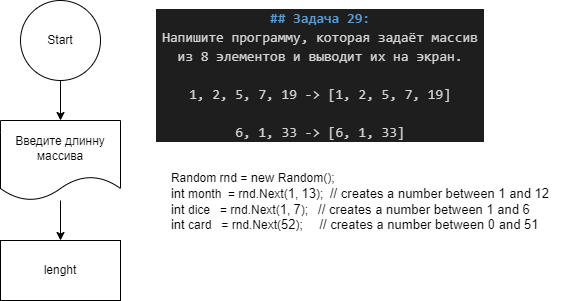
dvmax1984/Csharp25022023 keeps this draw.io diagram as Homework/Homework_04/Ex029/diagramma.drawio.png. Above is the earlier version. Source tidied: cells renumbered, new cells last; positions are measured from the earlier drawing's top-left corner, leaving out a move shared by most shapes.
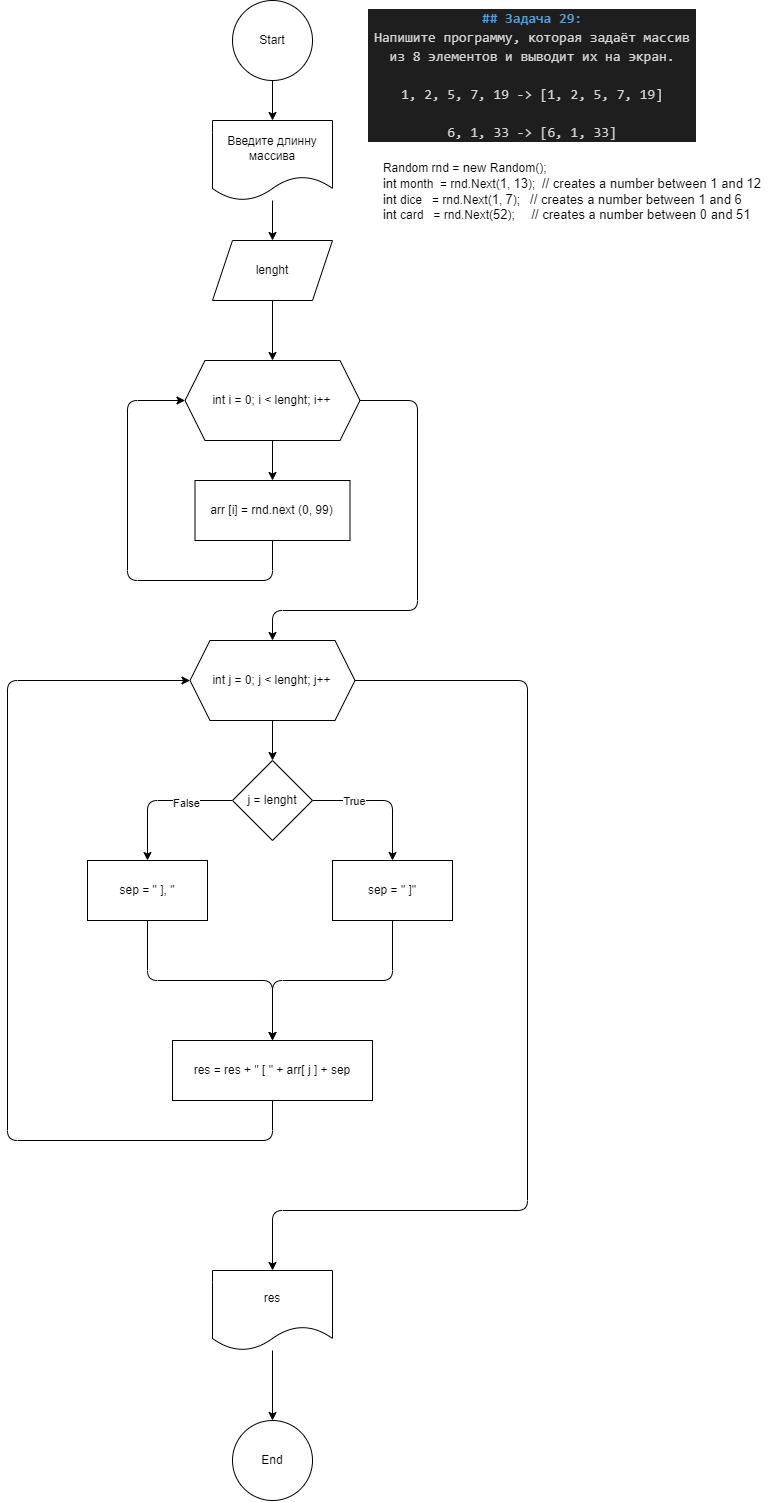
Above is the later version.

Commit message:
Создал блок схему задача 29 ДЗ 4

What changed in the source:
```diff
@@ -11,17 +11,110 @@
     <mxCell id="4" value="Start" style="ellipse;whiteSpace=wrap;html=1;" parent="1" vertex="1">
       <mxGeometry x="20" width="80" height="80" as="geometry" />
     </mxCell>
-    <mxCell id="5" style="edgeStyle=none;html=1;" parent="1" edge="1" source="6" target="7">
+    <mxCell id="5" style="edgeStyle=none;html=1;entryX=0.5;entryY=0;entryDx=0;entryDy=0;" parent="1" edge="1" source="6" target="7">
       <mxGeometry relative="1" as="geometry" />
     </mxCell>
     <mxCell id="6" value="Введите длинну массива" style="shape=document;whiteSpace=wrap;html=1;boundedLbl=1;" parent="1" vertex="1">
       <mxGeometry y="120" width="120" height="80" as="geometry" />
     </mxCell>
+    <mxCell id="8" value="&lt;pre style=&quot;margin-top: 0px; margin-bottom: calc(1.5em); padding: var(--su12); border: 0px; font-variant-numeric: inherit; font-variant-east-asian: inherit; font-stretch: inherit; line-height: var(--lh-md); font-family: var(--ff-mono); font-size: var(--fs-body1); vertical-align: baseline; box-sizing: inherit; width: auto; max-height: 600px; overflow: auto; background-color: var(--highlight-bg); border-radius: var(--br-md); --_cb-line-numbers-bg:var(--black-050); color: var(--highlight-color); overflow-wrap: normal; text-align: left;&quot; class=&quot;lang-cs s-code-block&quot;&gt;&lt;code style=&quot;margin: 0px; padding: 0px; border: 0px; font-style: inherit; font-variant: inherit; font-weight: inherit; font-stretch: inherit; line-height: inherit; font-family: inherit; font-size: var(--_pr-code-fs); vertical-align: baseline; box-sizing: inherit; background-color: transparent;&quot; class=&quot;hljs language-csharp&quot;&gt;Random rnd = &lt;span style=&quot;margin: 0px; padding: 0px; border: 0px; font-style: inherit; font-variant: inherit; font-weight: inherit; font-stretch: inherit; line-height: inherit; font-family: inherit; font-size: 13px; vertical-align: baseline; box-sizing: inherit; color: var(--highlight-keyword);&quot; class=&quot;hljs-keyword&quot;&gt;new&lt;/span&gt; Random();&lt;br/&gt;&lt;span style=&quot;margin: 0px; padding: 0px; border: 0px; font-style: inherit; font-variant: inherit; font-weight: inherit; font-stretch: inherit; line-height: inherit; font-family: inherit; font-size: 13px; vertical-align: baseline; box-sizing: inherit; color: var(--highlight-literal);&quot; class=&quot;hljs-built_in&quot;&gt;int&lt;/span&gt; month  = rnd.Next(&lt;span style=&quot;margin: 0px; padding: 0px; border: 0px; font-style: inherit; font-variant: inherit; font-weight: inherit; font-stretch: inherit; line-height: inherit; font-family: inherit; font-size: 13px; vertical-align: baseline; box-sizing: inherit; color: var(--highlight-namespace);&quot; class=&quot;hljs-number&quot;&gt;1&lt;/span&gt;, &lt;span style=&quot;margin: 0px; padding: 0px; border: 0px; font-style: inherit; font-variant: inherit; font-weight: inherit; font-stretch: inherit; line-height: inherit; font-family: inherit; font-size: 13px; vertical-align: baseline; box-sizing: inherit; color: var(--highlight-namespace);&quot; class=&quot;hljs-number&quot;&gt;13&lt;/span&gt;);  &lt;span style=&quot;margin: 0px; padding: 0px; border: 0px; font-style: inherit; font-variant: inherit; font-weight: inherit; font-stretch: inherit; line-height: inherit; font-family: inherit; font-size: 13px; vertical-align: baseline; box-sizing: inherit; color: var(--highlight-comment);&quot; class=&quot;hljs-comment&quot;&gt;// creates a number between 1 and 12&lt;/span&gt;&lt;br/&gt;&lt;span style=&quot;margin: 0px; padding: 0px; border: 0px; font-style: inherit; font-variant: inherit; font-weight: inherit; font-stretch: inherit; line-height: inherit; font-family: inherit; font-size: 13px; vertical-align: baseline; box-sizing: inherit; color: var(--highlight-literal);&quot; class=&quot;hljs-built_in&quot;&gt;int&lt;/span&gt; dice   = rnd.Next(&lt;span style=&quot;margin: 0px; padding: 0px; border: 0px; font-style: inherit; font-variant: inherit; font-weight: inherit; font-stretch: inherit; line-height: inherit; font-family: inherit; font-size: 13px; vertical-align: baseline; box-sizing: inherit; color: var(--highlight-namespace);&quot; class=&quot;hljs-number&quot;&gt;1&lt;/span&gt;, &lt;span style=&quot;margin: 0px; padding: 0px; border: 0px; font-style: inherit; font-variant: inherit; font-weight: inherit; font-stretch: inherit; line-height: inherit; font-family: inherit; font-size: 13px; vertical-align: baseline; box-sizing: inherit; color: var(--highlight-namespace);&quot; class=&quot;hljs-number&quot;&gt;7&lt;/span&gt;);   &lt;span style=&quot;margin: 0px; padding: 0px; border: 0px; font-style: inherit; font-variant: inherit; font-weight: inherit; font-stretch: inherit; line-height: inherit; font-family: inherit; font-size: 13px; vertical-align: baseline; box-sizing: inherit; color: var(--highlight-comment);&quot; class=&quot;hljs-comment&quot;&gt;// creates a number between 1 and 6&lt;/span&gt;&lt;br/&gt;&lt;span style=&quot;margin: 0px; padding: 0px; border: 0px; font-style: inherit; font-variant: inherit; font-weight: inherit; font-stretch: inherit; line-height: inherit; font-family: inherit; font-size: 13px; vertical-align: baseline; box-sizing: inherit; color: var(--highlight-literal);&quot; class=&quot;hljs-built_in&quot;&gt;int&lt;/span&gt; card   = rnd.Next(&lt;span style=&quot;margin: 0px; padding: 0px; border: 0px; font-style: inherit; font-variant: inherit; font-weight: inherit; font-stretch: inherit; line-height: inherit; font-family: inherit; font-size: 13px; vertical-align: baseline; box-sizing: inherit; color: var(--highlight-namespace);&quot; class=&quot;hljs-number&quot;&gt;52&lt;/span&gt;);     &lt;span style=&quot;margin: 0px; padding: 0px; border: 0px; font-style: inherit; font-variant: inherit; font-weight: inherit; font-stretch: inherit; line-height: inherit; font-family: inherit; font-size: 13px; vertical-align: baseline; box-sizing: inherit; color: var(--highlight-comment);&quot; class=&quot;hljs-comment&quot;&gt;// creates a number between 0 and 51&lt;/span&gt;&lt;/code&gt;&lt;/pre&gt;" style="text;strokeColor=none;align=center;fillColor=none;html=1;verticalAlign=middle;whiteSpace=wrap;rounded=0;" parent="1" vertex="1">
+      <mxGeometry x="155" y="160" width="410" height="80" as="geometry" />
+    </mxCell>
+    <mxCell id="9" style="edgeStyle=orthogonalEdgeStyle;html=1;entryX=0.5;entryY=0;entryDx=0;entryDy=0;" parent="1" edge="1" source="7" target="12">
+      <mxGeometry relative="1" as="geometry" />
+    </mxCell>
-    <mxCell id="7" value="lenght" style="whiteSpace=wrap;html=1;" parent="1" vertex="1">
+    <mxCell id="7" value="lenght" style="shape=parallelogram;perimeter=parallelogramPerimeter;whiteSpace=wrap;html=1;fixedSize=1;" parent="1" vertex="1">
       <mxGeometry y="240" width="120" height="60" as="geometry" />
     </mxCell>
-    <mxCell id="8" value="&lt;pre style=&quot;margin-top: 0px; margin-bottom: calc(1.5em); padding: var(--su12); border: 0px; font-variant-numeric: inherit; font-variant-east-asian: inherit; font-stretch: inherit; line-height: var(--lh-md); font-family: var(--ff-mono); font-size: var(--fs-body1); vertical-align: baseline; box-sizing: inherit; width: auto; max-height: 600px; overflow: auto; background-color: var(--highlight-bg); border-radius: var(--br-md); --_cb-line-numbers-bg:var(--black-050); color: var(--highlight-color); overflow-wrap: normal; text-align: left;&quot; class=&quot;lang-cs s-code-block&quot;&gt;&lt;code style=&quot;margin: 0px; padding: 0px; border: 0px; font-style: inherit; font-variant: inherit; font-weight: inherit; font-stretch: inherit; line-height: inherit; font-family: inherit; font-size: var(--_pr-code-fs); vertical-align: baseline; box-sizing: inherit; background-color: transparent;&quot; class=&quot;hljs language-csharp&quot;&gt;Random rnd = &lt;span style=&quot;margin: 0px; padding: 0px; border: 0px; font-style: inherit; font-variant: inherit; font-weight: inherit; font-stretch: inherit; line-height: inherit; font-family: inherit; font-size: 13px; vertical-align: baseline; box-sizing: inherit; color: var(--highlight-keyword);&quot; class=&quot;hljs-keyword&quot;&gt;new&lt;/span&gt; Random();&lt;br/&gt;&lt;span style=&quot;margin: 0px; padding: 0px; border: 0px; font-style: inherit; font-variant: inherit; font-weight: inherit; font-stretch: inherit; line-height: inherit; font-family: inherit; font-size: 13px; vertical-align: baseline; box-sizing: inherit; color: var(--highlight-literal);&quot; class=&quot;hljs-built_in&quot;&gt;int&lt;/span&gt; month  = rnd.Next(&lt;span style=&quot;margin: 0px; padding: 0px; border: 0px; font-style: inherit; font-variant: inherit; font-weight: inherit; font-stretch: inherit; line-height: inherit; font-family: inherit; font-size: 13px; vertical-align: baseline; box-sizing: inherit; color: var(--highlight-namespace);&quot; class=&quot;hljs-number&quot;&gt;1&lt;/span&gt;, &lt;span style=&quot;margin: 0px; padding: 0px; border: 0px; font-style: inherit; font-variant: inherit; font-weight: inherit; font-stretch: inherit; line-height: inherit; font-family: inherit; font-size: 13px; vertical-align: baseline; box-sizing: inherit; color: var(--highlight-namespace);&quot; class=&quot;hljs-number&quot;&gt;13&lt;/span&gt;);  &lt;span style=&quot;margin: 0px; padding: 0px; border: 0px; font-style: inherit; font-variant: inherit; font-weight: inherit; font-stretch: inherit; line-height: inherit; font-family: inherit; font-size: 13px; vertical-align: baseline; box-sizing: inherit; color: var(--highlight-comment);&quot; class=&quot;hljs-comment&quot;&gt;// creates a number between 1 and 12&lt;/span&gt;&lt;br/&gt;&lt;span style=&quot;margin: 0px; padding: 0px; border: 0px; font-style: inherit; font-variant: inherit; font-weight: inherit; font-stretch: inherit; line-height: inherit; font-family: inherit; font-size: 13px; vertical-align: baseline; box-sizing: inherit; color: var(--highlight-literal);&quot; class=&quot;hljs-built_in&quot;&gt;int&lt;/span&gt; dice   = rnd.Next(&lt;span style=&quot;margin: 0px; padding: 0px; border: 0px; font-style: inherit; font-variant: inherit; font-weight: inherit; font-stretch: inherit; line-height: inherit; font-family: inherit; font-size: 13px; vertical-align: baseline; box-sizing: inherit; color: var(--highlight-namespace);&quot; class=&quot;hljs-number&quot;&gt;1&lt;/span&gt;, &lt;span style=&quot;margin: 0px; padding: 0px; border: 0px; font-style: inherit; font-variant: inherit; font-weight: inherit; font-stretch: inherit; line-height: inherit; font-family: inherit; font-size: 13px; vertical-align: baseline; box-sizing: inherit; color: var(--highlight-namespace);&quot; class=&quot;hljs-number&quot;&gt;7&lt;/span&gt;);   &lt;span style=&quot;margin: 0px; padding: 0px; border: 0px; font-style: inherit; font-variant: inherit; font-weight: inherit; font-stretch: inherit; line-height: inherit; font-family: inherit; font-size: 13px; vertical-align: baseline; box-sizing: inherit; color: var(--highlight-comment);&quot; class=&quot;hljs-comment&quot;&gt;// creates a number between 1 and 6&lt;/span&gt;&lt;br/&gt;&lt;span style=&quot;margin: 0px; padding: 0px; border: 0px; font-style: inherit; font-variant: inherit; font-weight: inherit; font-stretch: inherit; line-height: inherit; font-family: inherit; font-size: 13px; vertical-align: baseline; box-sizing: inherit; color: var(--highlight-literal);&quot; class=&quot;hljs-built_in&quot;&gt;int&lt;/span&gt; card   = rnd.Next(&lt;span style=&quot;margin: 0px; padding: 0px; border: 0px; font-style: inherit; font-variant: inherit; font-weight: inherit; font-stretch: inherit; line-height: inherit; font-family: inherit; font-size: 13px; vertical-align: baseline; box-sizing: inherit; color: var(--highlight-namespace);&quot; class=&quot;hljs-number&quot;&gt;52&lt;/span&gt;);     &lt;span style=&quot;margin: 0px; padding: 0px; border: 0px; font-style: inherit; font-variant: inherit; font-weight: inherit; font-stretch: inherit; line-height: inherit; font-family: inherit; font-size: 13px; vertical-align: baseline; box-sizing: inherit; color: var(--highlight-comment);&quot; class=&quot;hljs-comment&quot;&gt;// creates a number between 0 and 51&lt;/span&gt;&lt;/code&gt;&lt;/pre&gt;" style="text;strokeColor=none;align=center;fillColor=none;html=1;verticalAlign=middle;whiteSpace=wrap;rounded=0;" parent="1" vertex="1">
-      <mxGeometry x="155" y="160" width="410" height="100" as="geometry" />
-    </mxCell>
+    <mxCell id="10" style="edgeStyle=orthogonalEdgeStyle;html=1;" parent="1" edge="1" source="12" target="14">
+      <mxGeometry relative="1" as="geometry" />
+    </mxCell>
+    <mxCell id="11" style="edgeStyle=orthogonalEdgeStyle;html=1;exitX=1;exitY=0.5;exitDx=0;exitDy=0;" parent="1" edge="1" source="12" target="17">
+      <mxGeometry relative="1" as="geometry">
+        <Array as="points">
+          <mxPoint x="205" y="400" />
+          <mxPoint x="205" y="610" />
+          <mxPoint x="60" y="610" />
+        </Array>
+      </mxGeometry>
+    </mxCell>
+    <mxCell id="12" value="int i = 0; i &amp;lt; lenght; i++" style="shape=hexagon;perimeter=hexagonPerimeter2;whiteSpace=wrap;html=1;fixedSize=1;" parent="1" vertex="1">
+      <mxGeometry x="-27.5" y="360" width="175" height="80" as="geometry" />
+    </mxCell>
+    <mxCell id="13" style="edgeStyle=orthogonalEdgeStyle;html=1;entryX=0;entryY=0.5;entryDx=0;entryDy=0;" parent="1" edge="1" source="14" target="12">
+      <mxGeometry relative="1" as="geometry">
+        <Array as="points">
+          <mxPoint x="60" y="580" />
+          <mxPoint x="-85" y="580" />
+          <mxPoint x="-85" y="400" />
+        </Array>
+      </mxGeometry>
+    </mxCell>
+    <mxCell id="14" value="arr [i] = rnd.next (0, 99)" style="whiteSpace=wrap;html=1;" parent="1" vertex="1">
+      <mxGeometry x="-17.5" y="480" width="155" height="60" as="geometry" />
+    </mxCell>
+    <mxCell id="15" style="edgeStyle=orthogonalEdgeStyle;html=1;entryX=0.5;entryY=0;entryDx=0;entryDy=0;" parent="1" edge="1" source="17" target="22">
+      <mxGeometry relative="1" as="geometry" />
+    </mxCell>
+    <mxCell id="16" style="edgeStyle=orthogonalEdgeStyle;html=1;" parent="1" edge="1" source="17" target="30">
+      <mxGeometry relative="1" as="geometry">
+        <Array as="points">
+          <mxPoint x="315" y="680" />
+          <mxPoint x="315" y="1210" />
+          <mxPoint x="60" y="1210" />
+        </Array>
+      </mxGeometry>
+    </mxCell>
+    <mxCell id="17" value="int j = 0; j &amp;lt; lenght; j++" style="shape=hexagon;perimeter=hexagonPerimeter2;whiteSpace=wrap;html=1;fixedSize=1;" parent="1" vertex="1">
+      <mxGeometry x="-22.5" y="640" width="165" height="80" as="geometry" />
+    </mxCell>
+    <mxCell id="18" style="edgeStyle=orthogonalEdgeStyle;html=1;" parent="1" edge="1" source="22" target="24">
+      <mxGeometry relative="1" as="geometry" />
+    </mxCell>
+    <mxCell id="19" value="True" style="edgeLabel;html=1;align=center;verticalAlign=middle;" parent="18" vertex="1">
+      <mxGeometry x="-0.4" relative="1" as="geometry" />
+    </mxCell>
+    <mxCell id="20" style="edgeStyle=orthogonalEdgeStyle;html=1;exitX=0;exitY=0.5;exitDx=0;exitDy=0;entryX=0.5;entryY=0;entryDx=0;entryDy=0;" parent="1" edge="1" source="22" target="26">
+      <mxGeometry relative="1" as="geometry" />
+    </mxCell>
+    <mxCell id="21" value="False" style="edgeLabel;html=1;align=center;verticalAlign=middle;" parent="20" vertex="1">
+      <mxGeometry x="-0.36" y="2" relative="1" as="geometry" />
+    </mxCell>
+    <mxCell id="22" value="j = lenght" style="rhombus;whiteSpace=wrap;html=1;" parent="1" vertex="1">
+      <mxGeometry x="20" y="760" width="80" height="80" as="geometry" />
+    </mxCell>
+    <mxCell id="23" style="edgeStyle=orthogonalEdgeStyle;html=1;" parent="1" edge="1" source="24" target="28">
+      <mxGeometry relative="1" as="geometry" />
+    </mxCell>
+    <mxCell id="24" value="sep = &quot; ]&quot;" style="whiteSpace=wrap;html=1;" parent="1" vertex="1">
+      <mxGeometry x="120" y="860" width="120" height="60" as="geometry" />
+    </mxCell>
+    <mxCell id="25" style="edgeStyle=orthogonalEdgeStyle;html=1;entryX=0.5;entryY=0;entryDx=0;entryDy=0;" parent="1" edge="1" source="26" target="28">
+      <mxGeometry relative="1" as="geometry" />
+    </mxCell>
+    <mxCell id="26" value="sep = &quot; ], &quot;" style="whiteSpace=wrap;html=1;" parent="1" vertex="1">
+      <mxGeometry x="-125" y="860" width="120" height="60" as="geometry" />
+    </mxCell>
+    <mxCell id="27" style="edgeStyle=orthogonalEdgeStyle;html=1;entryX=0;entryY=0.5;entryDx=0;entryDy=0;" parent="1" edge="1" source="28" target="17">
+      <mxGeometry relative="1" as="geometry">
+        <Array as="points">
+          <mxPoint x="60" y="1140" />
+          <mxPoint x="-205" y="1140" />
+          <mxPoint x="-205" y="680" />
+        </Array>
+      </mxGeometry>
+    </mxCell>
+    <mxCell id="28" value="res = res + &quot; [ &quot; + arr[ j ] + sep" style="whiteSpace=wrap;html=1;" parent="1" vertex="1">
+      <mxGeometry x="-40" y="1040" width="200" height="60" as="geometry" />
+    </mxCell>
+    <mxCell id="29" style="edgeStyle=orthogonalEdgeStyle;html=1;" parent="1" edge="1" source="30" target="31">
+      <mxGeometry relative="1" as="geometry" />
+    </mxCell>
+    <mxCell id="30" value="res" style="shape=document;whiteSpace=wrap;html=1;boundedLbl=1;" parent="1" vertex="1">
+      <mxGeometry y="1270" width="120" height="80" as="geometry" />
+    </mxCell>
+    <mxCell id="31" value="End" style="ellipse;whiteSpace=wrap;html=1;" parent="1" vertex="1">
+      <mxGeometry x="20" y="1420" width="80" height="80" as="geometry" />
+    </mxCell>
   </root>
 </mxGraphModel>
```
